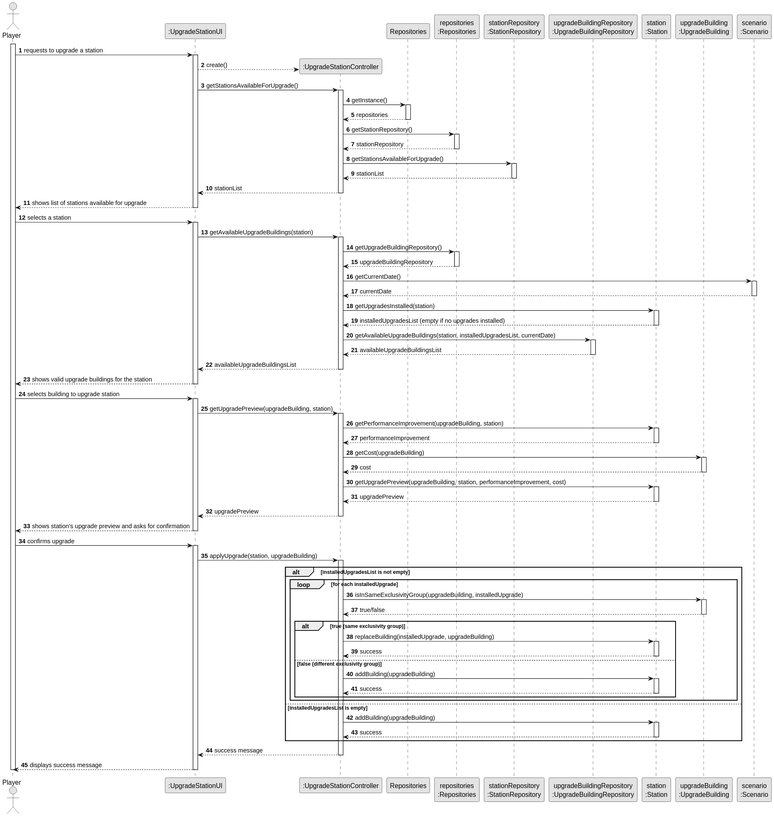
Before: docs/system-documentation/sprint 3/US06/03.design/svg/US006-SD-full.svg, a diagram exported from PlantUML (Educ00/mdisc-2425). Its diagram source:
```plantuml
@startuml
skinparam monochrome true
skinparam packageStyle rectangle
skinparam shadowing false

autonumber

actor "Player" as PLAYER
participant ":UpgradeStationUI" as UI
participant ":UpgradeStationController" as CTRL
participant "Repositories" as REPOS
participant "repositories\n:Repositories" as REPOS_SINGLETON
participant "stationRepository\n:StationRepository" as STATION_REPO
participant "upgradeBuildingRepository\n:UpgradeBuildingRepository" as UPGRADE_BUILDING_REPO
participant "station\n:Station" as STATION
participant "upgradeBuilding\n:UpgradeBuilding" as UPGRADE_BUILDING
participant "scenario\n:Scenario" as SCENARIO

activate PLAYER

PLAYER -> UI : requests to upgrade a station
activate UI

UI --> CTRL** : create()

UI -> CTRL : getStationsAvailableForUpgrade()
activate CTRL

CTRL -> REPOS : getInstance()
activate REPOS

REPOS --> CTRL : repositories
deactivate REPOS

CTRL -> REPOS_SINGLETON : getStationRepository()
activate REPOS_SINGLETON

REPOS_SINGLETON --> CTRL : stationRepository
deactivate REPOS_SINGLETON

CTRL -> STATION_REPO : getStationsAvailableForUpgrade()
activate STATION_REPO
STATION_REPO --> CTRL : stationList
deactivate STATION_REPO

CTRL --> UI : stationList
deactivate CTRL

UI --> PLAYER : shows list of stations available for upgrade
deactivate UI

PLAYER -> UI : selects a station
activate UI

UI -> CTRL : getAvailableUpgradeBuildings(station)
activate CTRL

CTRL -> REPOS_SINGLETON : getUpgradeBuildingRepository()
activate REPOS_SINGLETON

REPOS_SINGLETON --> CTRL : upgradeBuildingRepository
deactivate REPOS_SINGLETON

CTRL -> SCENARIO : getCurrentDate()
activate SCENARIO

SCENARIO --> CTRL : currentDate
deactivate SCENARIO

CTRL -> STATION : getUpgradesInstalled(station)
activate STATION

STATION --> CTRL : installedUpgradesList (empty if no upgrades installed)
deactivate STATION

CTRL -> UPGRADE_BUILDING_REPO : getAvailableUpgradeBuildings(station, installedUpgradesList, currentDate)
activate UPGRADE_BUILDING_REPO
UPGRADE_BUILDING_REPO --> CTRL : availableUpgradeBuildingsList
deactivate UPGRADE_BUILDING_REPO

CTRL --> UI : availableUpgradeBuildingsList
deactivate CTRL

UI --> PLAYER : shows valid upgrade buildings for the station
deactivate UI

PLAYER -> UI : selects building to upgrade station
activate UI

UI -> CTRL : getUpgradePreview(upgradeBuilding, station)
activate CTRL

CTRL -> STATION : getPerformanceImprovement(upgradeBuilding, station)
activate STATION

STATION --> CTRL : performanceImprovement
deactivate STATION
CTRL -> UPGRADE_BUILDING : getCost(upgradeBuilding)
activate UPGRADE_BUILDING

UPGRADE_BUILDING --> CTRL : cost
deactivate UPGRADE_BUILDING
CTRL -> STATION : getUpgradePreview(upgradeBuilding, station, performanceImprovement, cost)
activate STATION

STATION --> CTRL : upgradePreview
deactivate STATION
CTRL --> UI : upgradePreview
deactivate CTRL

UI --> PLAYER : shows station's upgrade preview and asks for confirmation
deactivate UI

PLAYER -> UI : confirms upgrade
activate UI
UI -> CTRL : applyUpgrade(station, upgradeBuilding)
activate CTRL

alt installedUpgradesList is not empty
loop for each installedUpgrade
CTRL -> UPGRADE_BUILDING : isInSameExclusivityGroup(upgradeBuilding, installedUpgrade)
activate UPGRADE_BUILDING
UPGRADE_BUILDING --> CTRL : true/false
deactivate UPGRADE_BUILDING

alt true (same exclusivity group)
CTRL -> STATION : replaceBuilding(installedUpgrade, upgradeBuilding)
activate STATION

STATION --> CTRL : success
deactivate STATION
else false (different exclusivity group)
CTRL -> STATION : addBuilding(upgradeBuilding)
activate STATION

STATION --> CTRL : success
deactivate STATION
end

end
else installedUpgradesList is empty
CTRL -> STATION : addBuilding(upgradeBuilding)
activate STATION

STATION --> CTRL : success
deactivate STATION
end

CTRL --> UI : success message
deactivate CTRL

UI --> PLAYER : displays success message
deactivate UI

deactivate PLAYER
@enduml
```
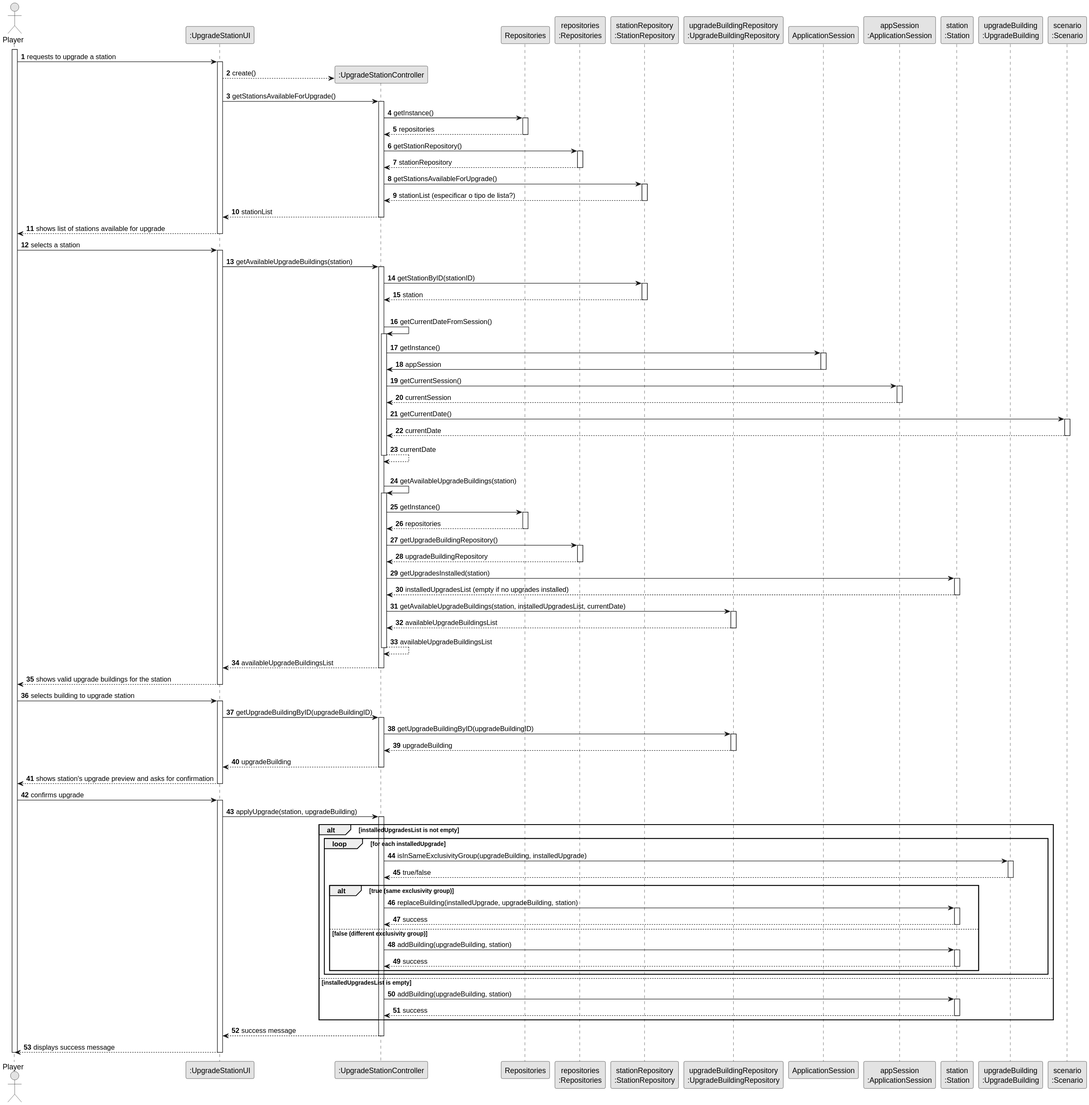
Later version of the same file.

Diff of the diagram source:
```diff
@@ -12,6 +12,8 @@
 participant "repositories\n:Repositories" as REPOS_SINGLETON
 participant "stationRepository\n:StationRepository" as STATION_REPO
 participant "upgradeBuildingRepository\n:UpgradeBuildingRepository" as UPGRADE_BUILDING_REPO
+participant "ApplicationSession" as APP_SESSION
+participant "appSession\n:ApplicationSession" as APP_SESSION_SINGLETON
 participant "station\n:Station" as STATION
 participant "upgradeBuilding\n:UpgradeBuilding" as UPGRADE_BUILDING
 participant "scenario\n:Scenario" as SCENARIO
@@ -40,7 +42,7 @@
 
 CTRL -> STATION_REPO : getStationsAvailableForUpgrade()
 activate STATION_REPO
-STATION_REPO --> CTRL : stationList
+STATION_REPO --> CTRL : stationList (especificar o tipo de lista?)
 deactivate STATION_REPO
 
 CTRL --> UI : stationList
@@ -55,17 +57,46 @@
 UI -> CTRL : getAvailableUpgradeBuildings(station)
 activate CTRL
 
-CTRL -> REPOS_SINGLETON : getUpgradeBuildingRepository()
-activate REPOS_SINGLETON
+CTRL -> STATION_REPO : getStationByID(stationID)
+activate STATION_REPO
+STATION_REPO --> CTRL : station
+deactivate STATION_REPO
 
-REPOS_SINGLETON --> CTRL : upgradeBuildingRepository
-deactivate REPOS_SINGLETON
+|||
+CTRL -> CTRL : getCurrentDateFromSession()
+activate CTRL
+                CTRL -> APP_SESSION: getInstance()
+                activate APP_SESSION
+                    APP_SESSION -> CTRL: appSession
+                deactivate APP_SESSION
+
+                CTRL -> APP_SESSION_SINGLETON: getCurrentSession()
+                activate APP_SESSION_SINGLETON
+                    APP_SESSION_SINGLETON --> CTRL: currentSession
+                deactivate APP_SESSION_SINGLETON
 
 CTRL -> SCENARIO : getCurrentDate()
 activate SCENARIO
 
 SCENARIO --> CTRL : currentDate
 deactivate SCENARIO
+
+CTRL --> CTRL : currentDate
+deactivate CTRL
+
+|||
+CTRL -> CTRL : getAvailableUpgradeBuildings(station)
+activate CTRL
+CTRL -> REPOS : getInstance()
+activate REPOS
+REPOS --> CTRL : repositories
+deactivate REPOS
+
+CTRL -> REPOS_SINGLETON : getUpgradeBuildingRepository()
+activate REPOS_SINGLETON
+
+REPOS_SINGLETON --> CTRL : upgradeBuildingRepository
+deactivate REPOS_SINGLETON
 
 CTRL -> STATION : getUpgradesInstalled(station)
 activate STATION
@@ -78,6 +109,9 @@
 UPGRADE_BUILDING_REPO --> CTRL : availableUpgradeBuildingsList
 deactivate UPGRADE_BUILDING_REPO
 
+CTRL --> CTRL : availableUpgradeBuildingsList
+deactivate CTRL
+
 CTRL --> UI : availableUpgradeBuildingsList
 deactivate CTRL
 
@@ -87,25 +121,13 @@
 PLAYER -> UI : selects building to upgrade station
 activate UI
 
-UI -> CTRL : getUpgradePreview(upgradeBuilding, station)
+UI -> CTRL : getUpgradeBuildingByID(upgradeBuildingID)
 activate CTRL
-
-CTRL -> STATION : getPerformanceImprovement(upgradeBuilding, station)
-activate STATION
-
-STATION --> CTRL : performanceImprovement
-deactivate STATION
-CTRL -> UPGRADE_BUILDING : getCost(upgradeBuilding)
-activate UPGRADE_BUILDING
-
-UPGRADE_BUILDING --> CTRL : cost
-deactivate UPGRADE_BUILDING
-CTRL -> STATION : getUpgradePreview(upgradeBuilding, station, performanceImprovement, cost)
-activate STATION
-
-STATION --> CTRL : upgradePreview
-deactivate STATION
-CTRL --> UI : upgradePreview
+CTRL -> UPGRADE_BUILDING_REPO : getUpgradeBuildingByID(upgradeBuildingID)
+activate UPGRADE_BUILDING_REPO
+UPGRADE_BUILDING_REPO --> CTRL : upgradeBuilding
+deactivate UPGRADE_BUILDING_REPO
+CTRL --> UI : upgradeBuilding
 deactivate CTRL
 
 UI --> PLAYER : shows station's upgrade preview and asks for confirmation
@@ -124,13 +146,13 @@
 deactivate UPGRADE_BUILDING
 
 alt true (same exclusivity group)
-CTRL -> STATION : replaceBuilding(installedUpgrade, upgradeBuilding)
+CTRL -> STATION : replaceBuilding(installedUpgrade, upgradeBuilding, station)
 activate STATION
 
 STATION --> CTRL : success
 deactivate STATION
 else false (different exclusivity group)
-CTRL -> STATION : addBuilding(upgradeBuilding)
+CTRL -> STATION : addBuilding(upgradeBuilding, station)
 activate STATION
 
 STATION --> CTRL : success
@@ -139,7 +161,7 @@
 
 end
 else installedUpgradesList is empty
-CTRL -> STATION : addBuilding(upgradeBuilding)
+CTRL -> STATION : addBuilding(upgradeBuilding, station)
 activate STATION
 
 STATION --> CTRL : success
```
